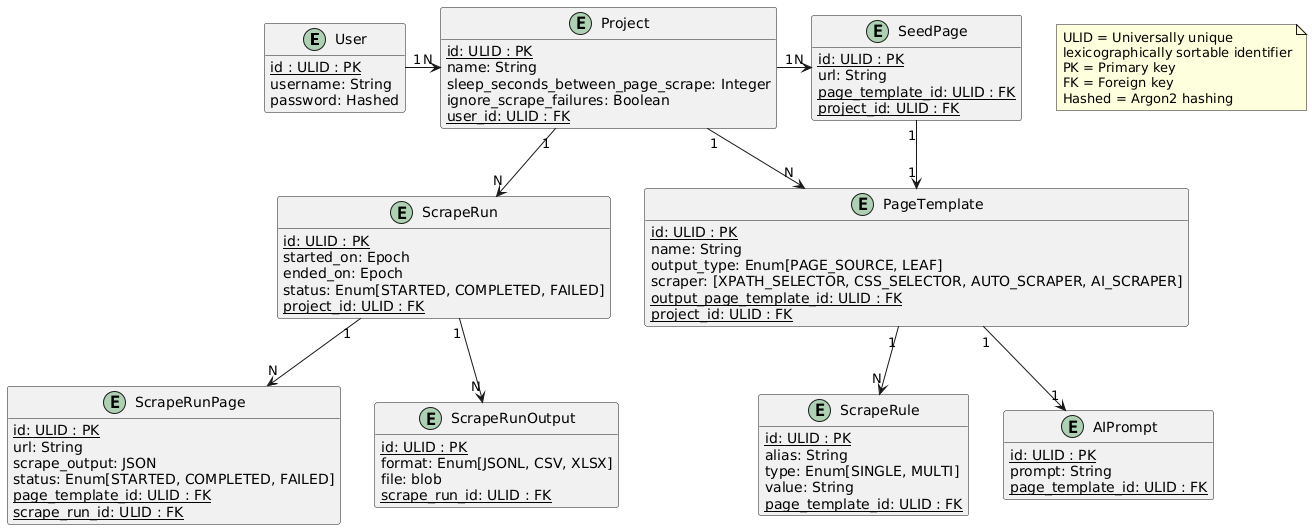
This is docs/plantuml/output/db-schema.png from tejas0908/EasyScraper, a PlantUML export, as it was before one commit.
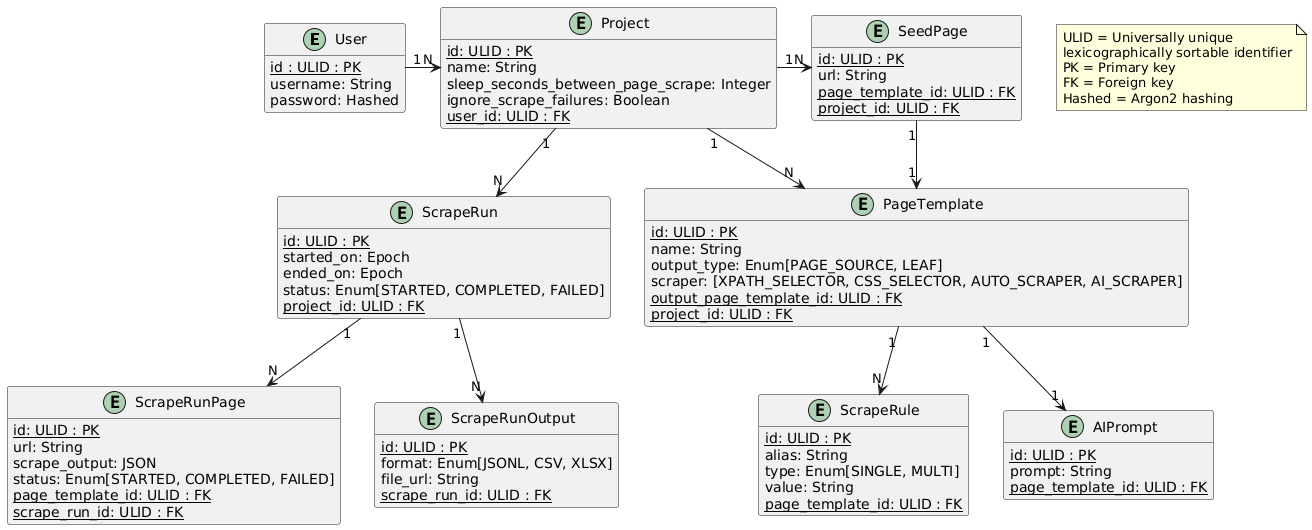
After the change.

What changed in the source:
```diff
@@ -55,7 +55,7 @@
 entity ScrapeRunOutput {
     {static} id: ULID : PK
     format: Enum[JSONL, CSV, XLSX]
-    file: blob
+    file_url: String
     {static} scrape_run_id: ULID : FK
 }
 
```
